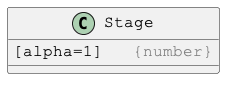
Above: docs/PlantUml/images/Stage.png in Justin-Byrne/canvasLab (PlantUML), before the change. Its diagram source:
```plantuml
@startuml

skinparam DefaultFontSize 16
skinparam DefaultFontName Courier New

class Stage {
[alpha=1]   <color:gray>{number}</color>
}

@enduml
```
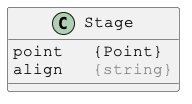
After the commit.

Diff of the diagram source:
```diff
@@ -4,7 +4,8 @@
 skinparam DefaultFontName Courier New
 
 class Stage {
-[alpha=1]   <color:gray>{number}</color>
+point   {Point}
+align   <color:gray>{string}</color>
 }
 
 @enduml
```
